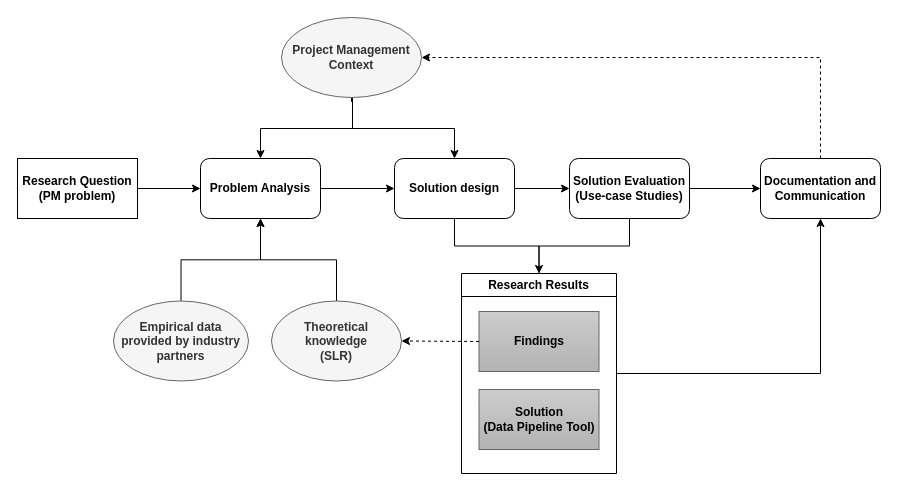
Earlier version of the draw.io diagram framework for development ....drawio (datou7119/Figures). Source tidied: cells renumbered, new cells numbered last; positions are measured from the earlier drawing's top-left corner, leaving out a move shared by most shapes. Both pictures are drawn from the tidied source at 100%, with x=0, y=0 at pixel (17, 17).
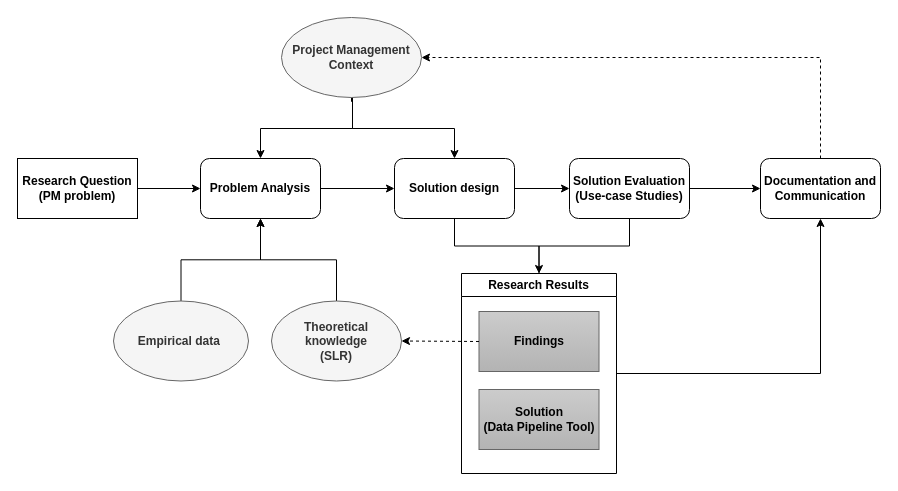
Above is the later version.

The edit, as a diff of the source:
```diff
@@
-    <mxCell id="21" value="&lt;span style=&quot;color: rgb(51, 51, 51);&quot;&gt;Empirical data provided by industry partners&lt;/span&gt;" style="ellipse;whiteSpace=wrap;html=1;fillColor=#f5f5f5;fontColor=#333333;strokeColor=#666666;fontStyle=1;" parent="1" vertex="1">
+    <mxCell id="21" value="&lt;span style=&quot;color: rgb(51, 51, 51);&quot;&gt;Empirical data&amp;nbsp;&lt;/span&gt;" style="ellipse;whiteSpace=wrap;html=1;fillColor=#f5f5f5;fontColor=#333333;strokeColor=#666666;fontStyle=1;" parent="1" vertex="1">
       <mxGeometry x="96" y="283.5" width="135" height="80" as="geometry" />
     </mxCell>
```
